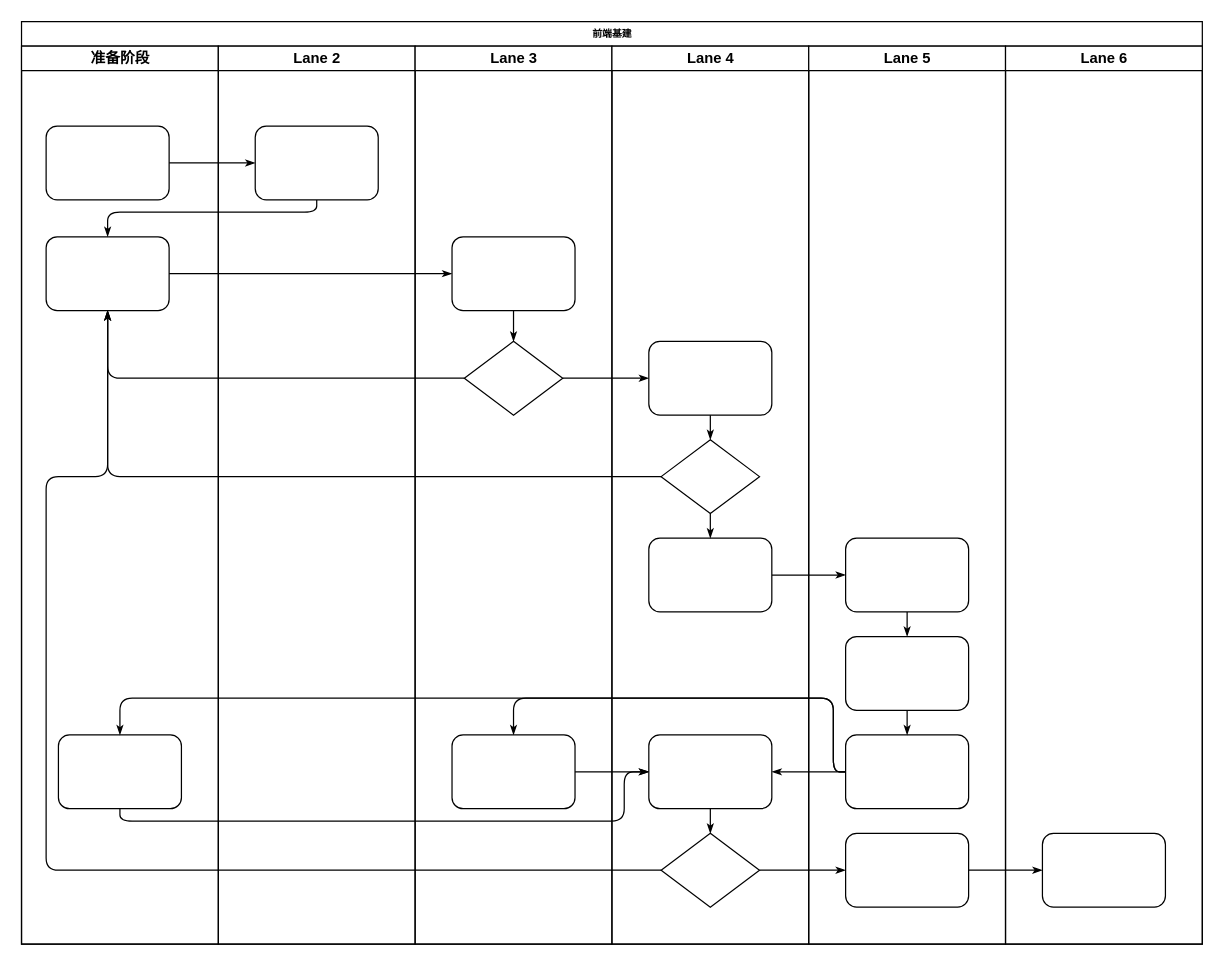
Before: page "前端基建" (1 of 2) of Untitled Diagram.drawio in leer0911/draw.io, a draw.io diagram. Source tidied: cells renumbered, new cells numbered last; positions are measured from the earlier drawing's top-left corner, leaving out a move shared by most shapes. Both pictures are drawn from the tidied source at 123%, with x=0, y=0 at pixel (21, 21).
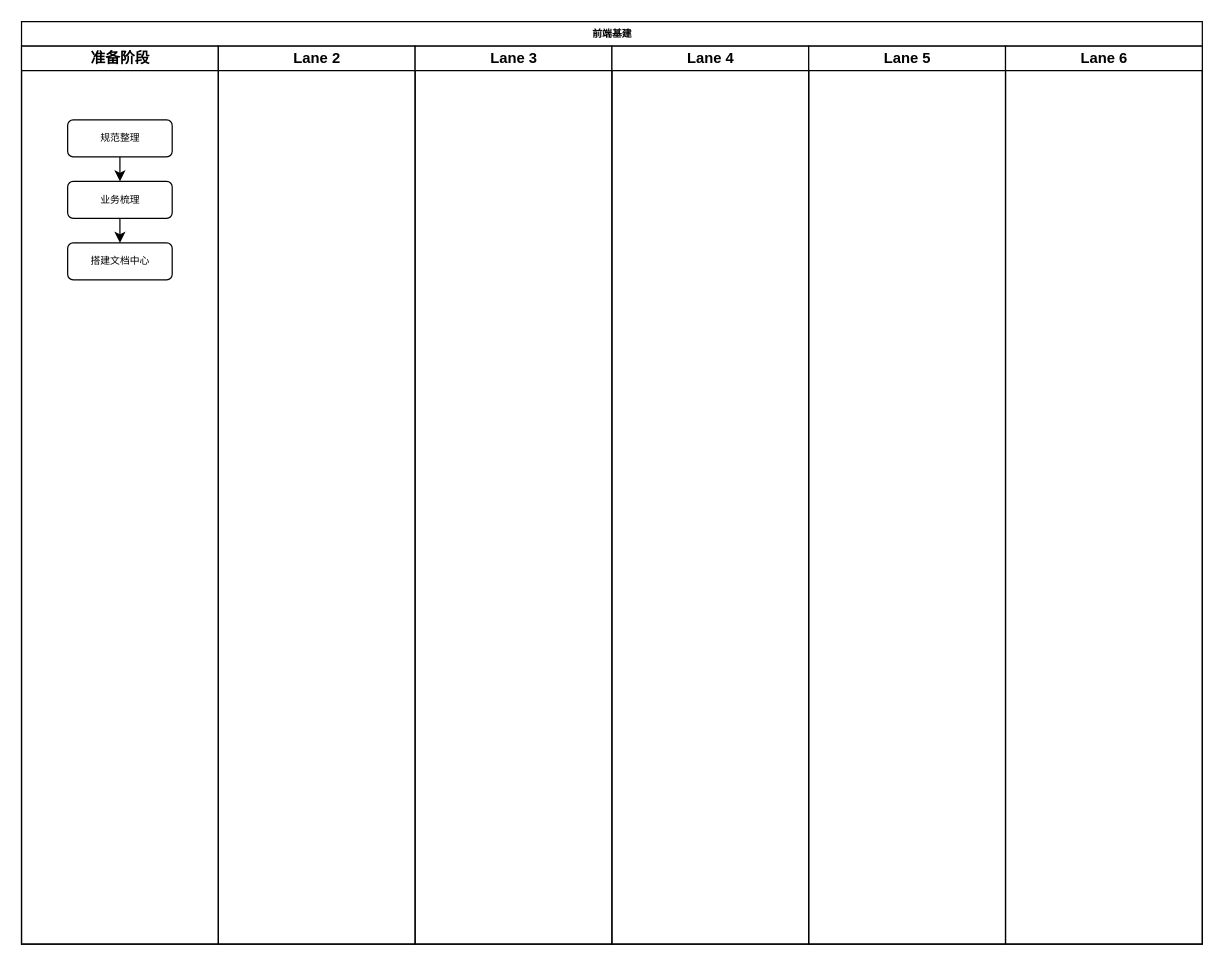
After the change.

The change refers to these unchanged cells:
```xml
<mxCell id="2" value="前端基建" style="swimlane;html=1;startSize=20;rounded=0;shadow=0;labelBackgroundColor=none;strokeWidth=1;fontFamily=Verdana;fontSize=8;align=center;" parent="1" vertex="1">
  <mxGeometry width="960" height="750" as="geometry" />
</mxCell>
<mxCell id="3" value="准备阶段" style="swimlane;html=1;startSize=20;" parent="2" vertex="1">
  <mxGeometry y="20" width="160" height="730" as="geometry" />
</mxCell>
<mxCell id="22" value="Lane 2" style="swimlane;html=1;startSize=20;" parent="2" vertex="1">
  <mxGeometry x="160" y="20" width="160" height="730" as="geometry" />
</mxCell>
<mxCell id="24" value="Lane 3" style="swimlane;html=1;startSize=20;" parent="2" vertex="1">
  <mxGeometry x="320" y="20" width="160" height="730" as="geometry" />
</mxCell>
<mxCell id="29" value="Lane 4" style="swimlane;html=1;startSize=20;" parent="2" vertex="1">
  <mxGeometry x="480" y="20" width="160" height="730" as="geometry" />
</mxCell>
<mxCell id="38" value="Lane 5" style="swimlane;html=1;startSize=20;" parent="2" vertex="1">
  <mxGeometry x="640" y="20" width="160" height="730" as="geometry" />
</mxCell>
<mxCell id="45" value="Lane 6" style="swimlane;html=1;startSize=20;" parent="2" vertex="1">
  <mxGeometry x="800" y="20" width="160" height="730" as="geometry" />
</mxCell>
```

The edit, as a diff of the source:
```diff
@@
+    <mxCell id="47" style="edgeStyle=orthogonalEdgeStyle;rounded=0;jettySize=auto;html=1;exitX=0.5;exitY=1;exitDx=0;exitDy=0;entryX=0.5;entryY=0;entryDx=0;entryDy=0;" parent="3" edge="1" source="4" target="49">
+      <mxGeometry relative="1" as="geometry" />
+    </mxCell>
-    <mxCell id="4" style="rounded=1;whiteSpace=wrap;html=1;shadow=0;labelBackgroundColor=none;strokeWidth=1;fontFamily=Verdana;fontSize=8;align=center;" parent="3" vertex="1">
-      <mxGeometry x="20" y="65" width="100" height="60" as="geometry" />
+    <mxCell id="4" value="规范整理" style="rounded=1;whiteSpace=wrap;html=1;shadow=0;labelBackgroundColor=none;strokeWidth=1;fontFamily=Verdana;fontSize=8;align=center;" parent="3" vertex="1">
+      <mxGeometry x="37.5" y="60" width="85" height="30" as="geometry" />
     </mxCell>
-    <mxCell id="5" style="rounded=1;whiteSpace=wrap;html=1;shadow=0;labelBackgroundColor=none;strokeWidth=1;fontFamily=Verdana;fontSize=8;align=center;" parent="3" vertex="1">
-      <mxGeometry x="20" y="155" width="100" height="60" as="geometry" />
-    </mxCell>
-    <mxCell id="6" style="rounded=1;whiteSpace=wrap;html=1;shadow=0;labelBackgroundColor=none;strokeWidth=1;fontFamily=Verdana;fontSize=8;align=center;" parent="3" vertex="1">
-      <mxGeometry x="30" y="560" width="100" height="60" as="geometry" />
-    </mxCell>
-    <mxCell id="7" style="edgeStyle=orthogonalEdgeStyle;rounded=1;html=1;labelBackgroundColor=none;startArrow=none;startFill=0;startSize=5;endArrow=classicThin;endFill=1;endSize=5;jettySize=auto;strokeWidth=1;fontFamily=Verdana;fontSize=8;" parent="2" edge="1" source="4" target="23">
-      <mxGeometry relative="1" as="geometry" />
-    </mxCell>
-    <mxCell id="8" style="edgeStyle=orthogonalEdgeStyle;rounded=1;html=1;labelBackgroundColor=none;startArrow=none;startFill=0;startSize=5;endArrow=classicThin;endFill=1;endSize=5;jettySize=auto;strokeWidth=1;fontFamily=Verdana;fontSize=8;" parent="2" edge="1" source="23" target="5">
-      <mxGeometry relative="1" as="geometry">
-        <Array as="points">
-          <mxPoint x="240" y="155" />
-          <mxPoint x="70" y="155" />
-        </Array>
-      </mxGeometry>
-    </mxCell>
-    <mxCell id="9" style="edgeStyle=orthogonalEdgeStyle;rounded=1;html=1;labelBackgroundColor=none;startArrow=none;startFill=0;startSize=5;endArrow=classicThin;endFill=1;endSize=5;jettySize=auto;strokeWidth=1;fontFamily=Verdana;fontSize=8;" parent="2" edge="1" source="5" target="25">
-      <mxGeometry relative="1" as="geometry" />
-    </mxCell>
-    <mxCell id="10" style="edgeStyle=orthogonalEdgeStyle;rounded=1;html=1;labelBackgroundColor=none;startArrow=none;startFill=0;startSize=5;endArrow=classicThin;endFill=1;endSize=5;jettySize=auto;strokeWidth=1;fontFamily=Verdana;fontSize=8;" parent="2" edge="1" source="26" target="5">
-      <mxGeometry relative="1" as="geometry" />
-    </mxCell>
-    <mxCell id="11" style="edgeStyle=orthogonalEdgeStyle;rounded=1;html=1;labelBackgroundColor=none;startArrow=none;startFill=0;startSize=5;endArrow=classicThin;endFill=1;endSize=5;jettySize=auto;strokeWidth=1;fontFamily=Verdana;fontSize=8;" parent="2" edge="1" source="31" target="5">
-      <mxGeometry relative="1" as="geometry" />
-    </mxCell>
-    <mxCell id="12" style="edgeStyle=orthogonalEdgeStyle;rounded=1;html=1;labelBackgroundColor=none;startArrow=none;startFill=0;startSize=5;endArrow=classicThin;endFill=1;endSize=5;jettySize=auto;strokeWidth=1;fontFamily=Verdana;fontSize=8;" parent="2" edge="1" source="34" target="5">
-      <mxGeometry relative="1" as="geometry">
-        <Array as="points">
-          <mxPoint x="20" y="690" />
-          <mxPoint x="20" y="370" />
-          <mxPoint x="70" y="370" />
-        </Array>
-      </mxGeometry>
-    </mxCell>
-    <mxCell id="13" style="edgeStyle=orthogonalEdgeStyle;rounded=1;html=1;labelBackgroundColor=none;startArrow=none;startFill=0;startSize=5;endArrow=classicThin;endFill=1;endSize=5;jettySize=auto;strokeWidth=1;fontFamily=Verdana;fontSize=8;" parent="2" edge="1" source="26" target="30">
-      <mxGeometry relative="1" as="geometry" />
-    </mxCell>
-    <mxCell id="14" style="edgeStyle=orthogonalEdgeStyle;rounded=1;html=1;labelBackgroundColor=none;startArrow=none;startFill=0;startSize=5;endArrow=classicThin;endFill=1;endSize=5;jettySize=auto;strokeWidth=1;fontFamily=Verdana;fontSize=8;" parent="2" edge="1" source="34" target="42">
-      <mxGeometry relative="1" as="geometry" />
-    </mxCell>
-    <mxCell id="15" style="edgeStyle=orthogonalEdgeStyle;rounded=1;html=1;labelBackgroundColor=none;startArrow=none;startFill=0;startSize=5;endArrow=classicThin;endFill=1;endSize=5;jettySize=auto;strokeWidth=1;fontFamily=Verdana;fontSize=8;" parent="2" edge="1" source="42" target="46">
-      <mxGeometry relative="1" as="geometry" />
-    </mxCell>
-    <mxCell id="16" style="edgeStyle=orthogonalEdgeStyle;rounded=1;html=1;labelBackgroundColor=none;startArrow=none;startFill=0;startSize=5;endArrow=classicThin;endFill=1;endSize=5;jettySize=auto;strokeWidth=1;fontFamily=Verdana;fontSize=8;" parent="2" edge="1" source="32" target="39">
-      <mxGeometry relative="1" as="geometry" />
-    </mxCell>
-    <mxCell id="17" style="edgeStyle=orthogonalEdgeStyle;rounded=1;html=1;labelBackgroundColor=none;startArrow=none;startFill=0;startSize=5;endArrow=classicThin;endFill=1;endSize=5;jettySize=auto;strokeWidth=1;fontFamily=Verdana;fontSize=8;" parent="2" edge="1" source="41" target="27">
-      <mxGeometry relative="1" as="geometry">
-        <Array as="points">
-          <mxPoint x="660" y="610" />
-          <mxPoint x="660" y="550" />
-          <mxPoint x="400" y="550" />
-        </Array>
-      </mxGeometry>
-    </mxCell>
-    <mxCell id="18" style="edgeStyle=orthogonalEdgeStyle;rounded=1;html=1;labelBackgroundColor=none;startArrow=none;startFill=0;startSize=5;endArrow=classicThin;endFill=1;endSize=5;jettySize=auto;strokeColor=#000000;strokeWidth=1;fontFamily=Verdana;fontSize=8;fontColor=#000000;" parent="2" edge="1" source="41" target="33">
-      <mxGeometry relative="1" as="geometry" />
-    </mxCell>
-    <mxCell id="19" style="edgeStyle=orthogonalEdgeStyle;rounded=1;html=1;labelBackgroundColor=none;startArrow=none;startFill=0;startSize=5;endArrow=classicThin;endFill=1;endSize=5;jettySize=auto;strokeWidth=1;fontFamily=Verdana;fontSize=8;" parent="2" edge="1" source="41" target="6">
-      <mxGeometry relative="1" as="geometry">
-        <Array as="points">
-          <mxPoint x="660" y="610" />
-          <mxPoint x="660" y="550" />
-          <mxPoint x="80" y="550" />
-        </Array>
-      </mxGeometry>
-    </mxCell>
-    <mxCell id="20" style="edgeStyle=orthogonalEdgeStyle;rounded=1;html=1;labelBackgroundColor=none;startArrow=none;startFill=0;startSize=5;endArrow=classicThin;endFill=1;endSize=5;jettySize=auto;strokeWidth=1;fontFamily=Verdana;fontSize=8;" parent="2" edge="1" source="6" target="33">
-      <mxGeometry relative="1" as="geometry">
-        <Array as="points">
-          <mxPoint x="80" y="650" />
-          <mxPoint x="490" y="650" />
-          <mxPoint x="490" y="610" />
-        </Array>
-      </mxGeometry>
-    </mxCell>
-    <mxCell id="21" style="edgeStyle=orthogonalEdgeStyle;rounded=1;html=1;labelBackgroundColor=none;startArrow=none;startFill=0;startSize=5;endArrow=classicThin;endFill=1;endSize=5;jettySize=auto;strokeWidth=1;fontFamily=Verdana;fontSize=8;" parent="2" edge="1" source="27" target="33">
-      <mxGeometry relative="1" as="geometry" />
-    </mxCell>
+    <mxCell id="48" style="edgeStyle=orthogonalEdgeStyle;rounded=0;jettySize=auto;html=1;exitX=0.5;exitY=1;exitDx=0;exitDy=0;entryX=0.5;entryY=0;entryDx=0;entryDy=0;" parent="3" edge="1" source="49" target="50">
+      <mxGeometry relative="1" as="geometry" />
+    </mxCell>
+    <mxCell id="49" value="业务梳理" style="rounded=1;whiteSpace=wrap;html=1;shadow=0;labelBackgroundColor=none;strokeWidth=1;fontFamily=Verdana;fontSize=8;align=center;" parent="3" vertex="1">
+      <mxGeometry x="37.5" y="110" width="85" height="30" as="geometry" />
+    </mxCell>
+    <mxCell id="50" value="搭建文档中心" style="rounded=1;whiteSpace=wrap;html=1;shadow=0;labelBackgroundColor=none;strokeWidth=1;fontFamily=Verdana;fontSize=8;align=center;" parent="3" vertex="1">
+      <mxGeometry x="37.5" y="160" width="85" height="30" as="geometry" />
+    </mxCell>
@@
-    <mxCell id="23" style="rounded=1;whiteSpace=wrap;html=1;shadow=0;labelBackgroundColor=none;strokeWidth=1;fontFamily=Verdana;fontSize=8;align=center;" parent="22" vertex="1">
-      <mxGeometry x="30" y="65" width="100" height="60" as="geometry" />
-    </mxCell>
@@
-    <mxCell id="25" style="rounded=1;whiteSpace=wrap;html=1;shadow=0;labelBackgroundColor=none;strokeWidth=1;fontFamily=Verdana;fontSize=8;align=center;" parent="24" vertex="1">
-      <mxGeometry x="30" y="155" width="100" height="60" as="geometry" />
-    </mxCell>
-    <mxCell id="26" style="rhombus;whiteSpace=wrap;html=1;rounded=0;shadow=0;labelBackgroundColor=none;strokeWidth=1;fontFamily=Verdana;fontSize=8;align=center;" parent="24" vertex="1">
-      <mxGeometry x="40" y="240" width="80" height="60" as="geometry" />
-    </mxCell>
-    <mxCell id="27" style="rounded=1;whiteSpace=wrap;html=1;shadow=0;labelBackgroundColor=none;strokeWidth=1;fontFamily=Verdana;fontSize=8;align=center;" parent="24" vertex="1">
-      <mxGeometry x="30" y="560" width="100" height="60" as="geometry" />
-    </mxCell>
-    <mxCell id="28" style="edgeStyle=orthogonalEdgeStyle;rounded=1;html=1;labelBackgroundColor=none;startArrow=none;startFill=0;startSize=5;endArrow=classicThin;endFill=1;endSize=5;jettySize=auto;strokeWidth=1;fontFamily=Verdana;fontSize=8;" parent="24" edge="1" source="25" target="26">
-      <mxGeometry relative="1" as="geometry" />
-    </mxCell>
@@
-    <mxCell id="30" style="rounded=1;whiteSpace=wrap;html=1;shadow=0;labelBackgroundColor=none;strokeWidth=1;fontFamily=Verdana;fontSize=8;align=center;" parent="29" vertex="1">
-      <mxGeometry x="30" y="240" width="100" height="60" as="geometry" />
-    </mxCell>
-    <mxCell id="31" style="rhombus;whiteSpace=wrap;html=1;rounded=0;shadow=0;labelBackgroundColor=none;strokeWidth=1;fontFamily=Verdana;fontSize=8;align=center;" parent="29" vertex="1">
-      <mxGeometry x="40" y="320" width="80" height="60" as="geometry" />
-    </mxCell>
-    <mxCell id="32" style="rounded=1;whiteSpace=wrap;html=1;shadow=0;labelBackgroundColor=none;strokeWidth=1;fontFamily=Verdana;fontSize=8;align=center;" parent="29" vertex="1">
-      <mxGeometry x="30" y="400" width="100" height="60" as="geometry" />
-    </mxCell>
-    <mxCell id="33" style="rounded=1;whiteSpace=wrap;html=1;shadow=0;labelBackgroundColor=none;strokeWidth=1;fontFamily=Verdana;fontSize=8;align=center;" parent="29" vertex="1">
-      <mxGeometry x="30" y="560" width="100" height="60" as="geometry" />
-    </mxCell>
-    <mxCell id="34" style="rhombus;whiteSpace=wrap;html=1;rounded=0;shadow=0;labelBackgroundColor=none;strokeWidth=1;fontFamily=Verdana;fontSize=8;align=center;" parent="29" vertex="1">
-      <mxGeometry x="40" y="640" width="80" height="60" as="geometry" />
-    </mxCell>
-    <mxCell id="35" style="edgeStyle=orthogonalEdgeStyle;rounded=1;html=1;labelBackgroundColor=none;startArrow=none;startFill=0;startSize=5;endArrow=classicThin;endFill=1;endSize=5;jettySize=auto;strokeColor=#000000;strokeWidth=1;fontFamily=Verdana;fontSize=8;fontColor=#000000;" parent="29" edge="1" source="30" target="31">
-      <mxGeometry relative="1" as="geometry" />
-    </mxCell>
-    <mxCell id="36" style="edgeStyle=orthogonalEdgeStyle;rounded=1;html=1;labelBackgroundColor=none;startArrow=none;startFill=0;startSize=5;endArrow=classicThin;endFill=1;endSize=5;jettySize=auto;strokeWidth=1;fontFamily=Verdana;fontSize=8;" parent="29" edge="1" source="31" target="32">
-      <mxGeometry relative="1" as="geometry" />
-    </mxCell>
-    <mxCell id="37" style="edgeStyle=orthogonalEdgeStyle;rounded=1;html=1;labelBackgroundColor=none;startArrow=none;startFill=0;startSize=5;endArrow=classicThin;endFill=1;endSize=5;jettySize=auto;strokeWidth=1;fontFamily=Verdana;fontSize=8;" parent="29" edge="1" source="33" target="34">
-      <mxGeometry relative="1" as="geometry" />
-    </mxCell>
@@
-    <mxCell id="39" style="rounded=1;whiteSpace=wrap;html=1;shadow=0;labelBackgroundColor=none;strokeWidth=1;fontFamily=Verdana;fontSize=8;align=center;" parent="38" vertex="1">
-      <mxGeometry x="30" y="400" width="100" height="60" as="geometry" />
-    </mxCell>
-    <mxCell id="40" style="rounded=1;whiteSpace=wrap;html=1;shadow=0;labelBackgroundColor=none;strokeWidth=1;fontFamily=Verdana;fontSize=8;align=center;" parent="38" vertex="1">
-      <mxGeometry x="30" y="480" width="100" height="60" as="geometry" />
-    </mxCell>
-    <mxCell id="41" style="rounded=1;whiteSpace=wrap;html=1;shadow=0;labelBackgroundColor=none;strokeWidth=1;fontFamily=Verdana;fontSize=8;align=center;" parent="38" vertex="1">
-      <mxGeometry x="30" y="560" width="100" height="60" as="geometry" />
-    </mxCell>
-    <mxCell id="42" style="rounded=1;whiteSpace=wrap;html=1;shadow=0;labelBackgroundColor=none;strokeWidth=1;fontFamily=Verdana;fontSize=8;align=center;" parent="38" vertex="1">
-      <mxGeometry x="30" y="640" width="100" height="60" as="geometry" />
-    </mxCell>
-    <mxCell id="43" style="edgeStyle=orthogonalEdgeStyle;rounded=1;html=1;labelBackgroundColor=none;startArrow=none;startFill=0;startSize=5;endArrow=classicThin;endFill=1;endSize=5;jettySize=auto;strokeWidth=1;fontFamily=Verdana;fontSize=8;" parent="38" edge="1" source="39" target="40">
-      <mxGeometry relative="1" as="geometry" />
-    </mxCell>
-    <mxCell id="44" style="edgeStyle=orthogonalEdgeStyle;rounded=1;html=1;labelBackgroundColor=none;startArrow=none;startFill=0;startSize=5;endArrow=classicThin;endFill=1;endSize=5;jettySize=auto;strokeWidth=1;fontFamily=Verdana;fontSize=8;" parent="38" edge="1" source="40" target="41">
-      <mxGeometry relative="1" as="geometry" />
-    </mxCell>
@@
-    <mxCell id="46" style="rounded=1;whiteSpace=wrap;html=1;shadow=0;labelBackgroundColor=none;strokeWidth=1;fontFamily=Verdana;fontSize=8;align=center;" parent="45" vertex="1">
-      <mxGeometry x="30" y="640" width="100" height="60" as="geometry" />
-    </mxCell>
```
